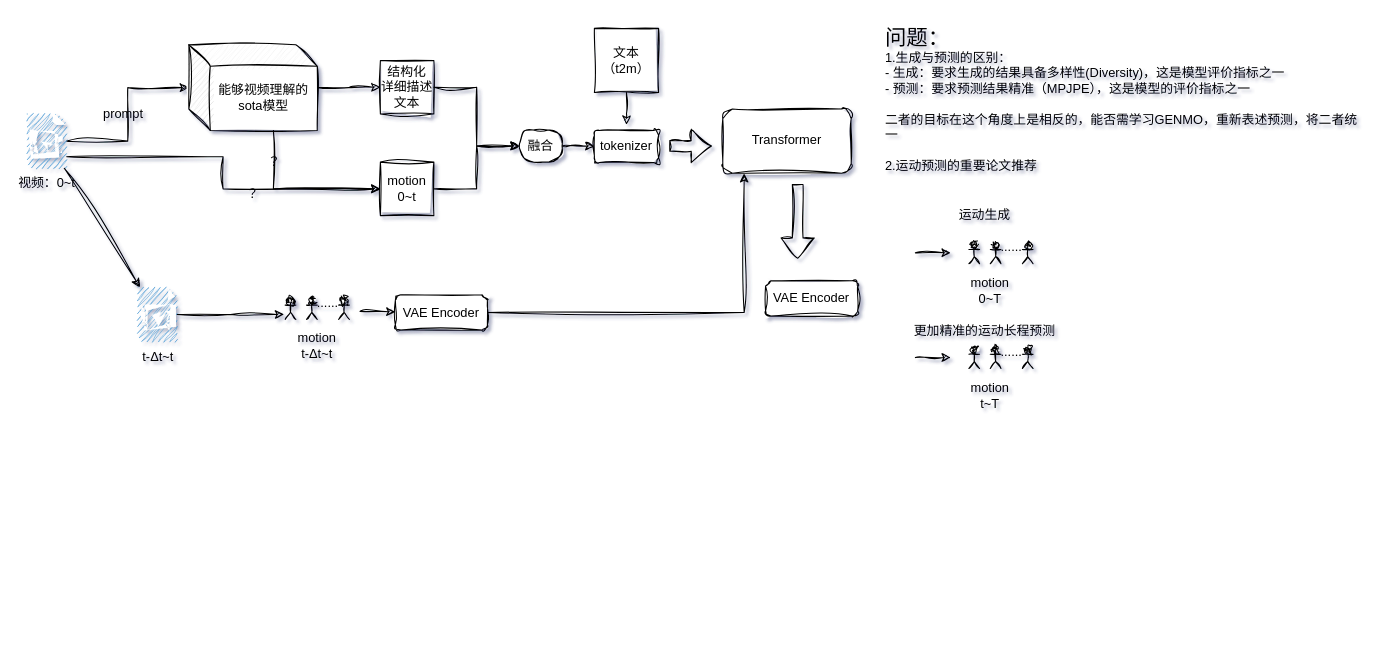
Above: video2motion.drawio in 177-Liukuan/algorithm (draw.io), before the change. Source tidied: cells renumbered, new cells numbered last; positions are measured from the earlier drawing's top-left corner, leaving out a move shared by most shapes. Both pictures are drawn from the tidied source at 107%, with x=0, y=0 at pixel (27, 17).
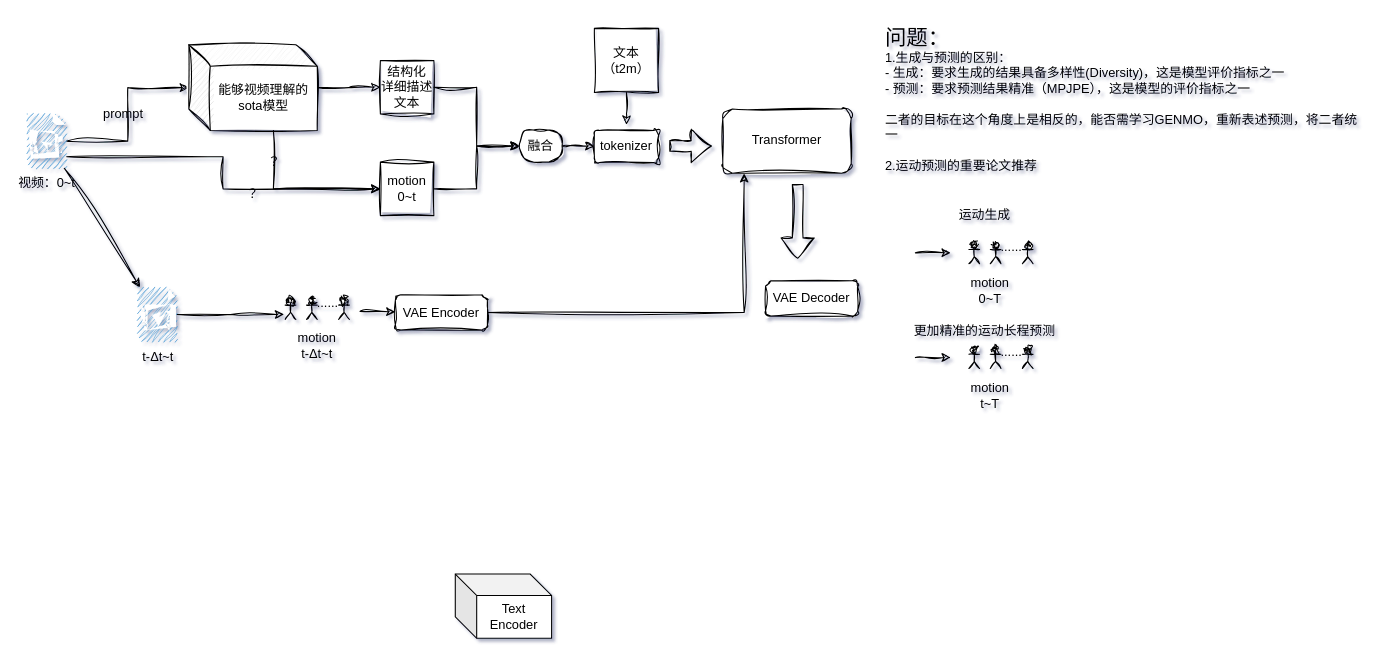
Above is the later version.

Change to the diagram source:
```diff
@@
-    <mxCell id="27" value="VAE Encoder" style="rounded=1;whiteSpace=wrap;html=1;sketch=1;curveFitting=1;jiggle=2;shadow=0;" parent="1" vertex="1">
+    <mxCell id="27" value="VAE Decoder" style="rounded=1;whiteSpace=wrap;html=1;sketch=1;curveFitting=1;jiggle=2;shadow=0;" parent="1" vertex="1">
       <mxGeometry x="690" y="245.9" width="86" height="33" as="geometry" />
     </mxCell>
@@
+    <mxCell id="50" value="Text Encoder" style="shape=cube;whiteSpace=wrap;html=1;boundedLbl=1;backgroundOutline=1;darkOpacity=0.05;darkOpacity2=0.1;" parent="1" vertex="1">
+      <mxGeometry x="400" y="520" width="90" height="60" as="geometry" />
+    </mxCell>
```
